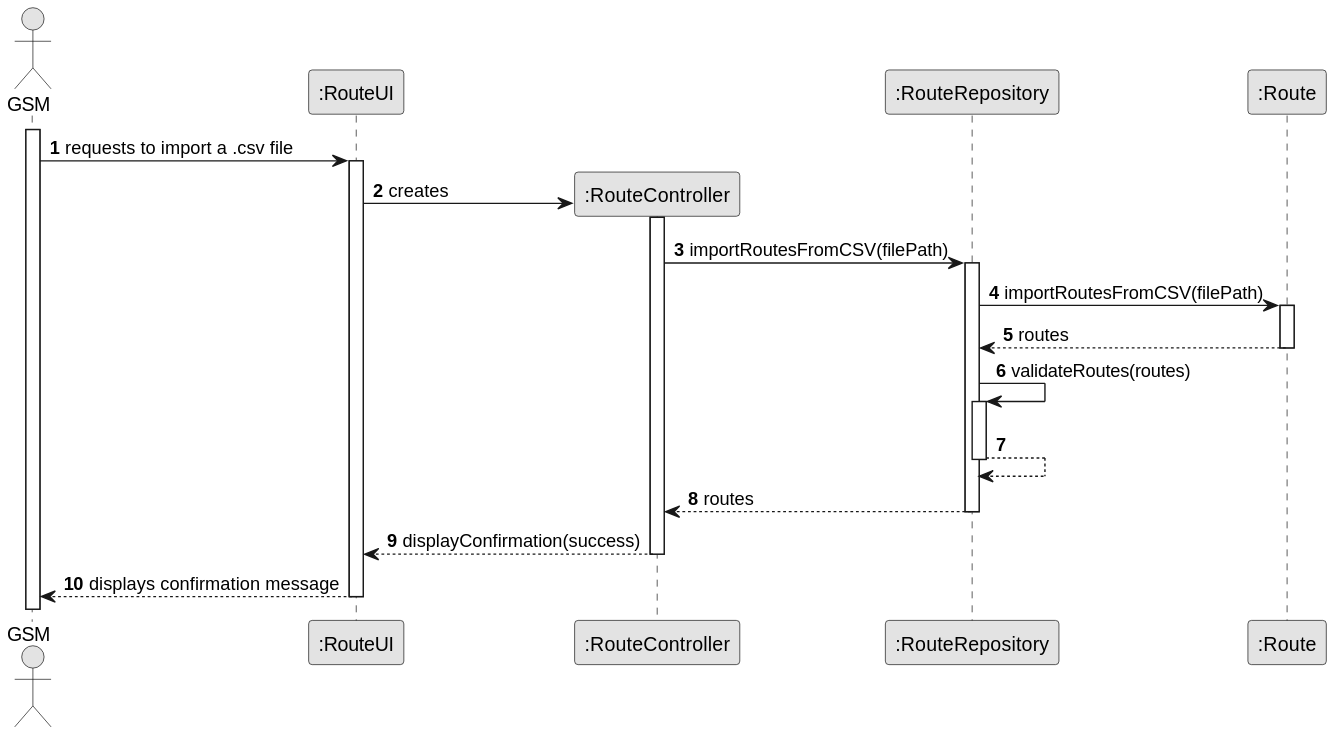
Before: docs/sprintB/us012/03.design/svg/us012-sequence-diagram-full.svg, a diagram exported from PlantUML (ricardomm7/leaflink).
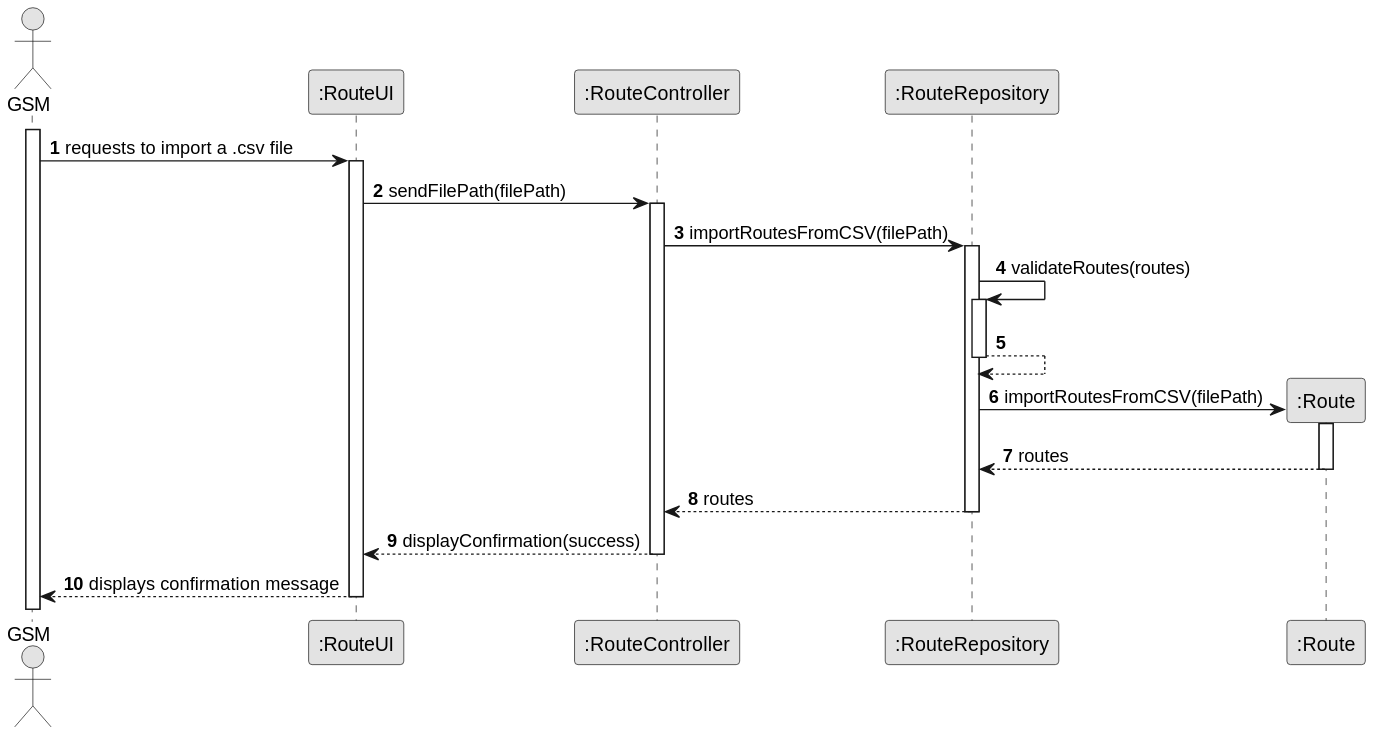
Later version of the same file.

What changed in the source:
```diff
@@ -16,26 +16,25 @@
 GSM -> UI : requests to import a .csv file
 activate UI
 
-UI -> CTR ** : creates
+UI -> CTR : sendFilePath(filePath)
 activate CTR
 
 CTR -> Repository : importRoutesFromCSV(filePath)
 activate Repository
 
-    Repository -> Importer: importRoutesFromCSV(filePath)
-    activate Importer
-
-    Importer --> Repository: routes
-    deactivate Importer
-
-
 Repository -> Repository: validateRoutes(routes)
 activate Repository
 
-    Repository --> Repository
-    deactivate Repository
+          Repository --> Repository
+          deactivate Repository
 
-Repository --> CTR : routes
+Repository -> Importer**: importRoutesFromCSV(filePath)
+activate Importer
+
+Importer --> Repository: routes
+deactivate Importer
+
+Repository --> CTR: routes
 deactivate Repository
 
 CTR --> UI : displayConfirmation(success)
```
